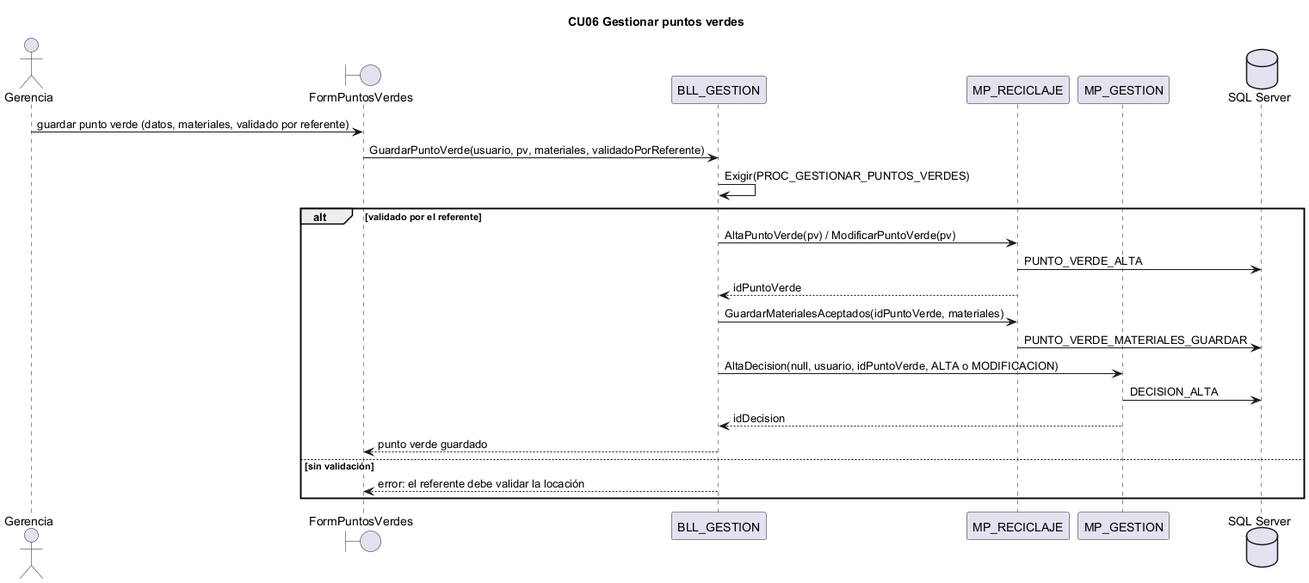
The PlantUML diagram docs/diagramas/secuencias_png/CU06.png in L-Muniz/uai-diploma_2026, before a commit.
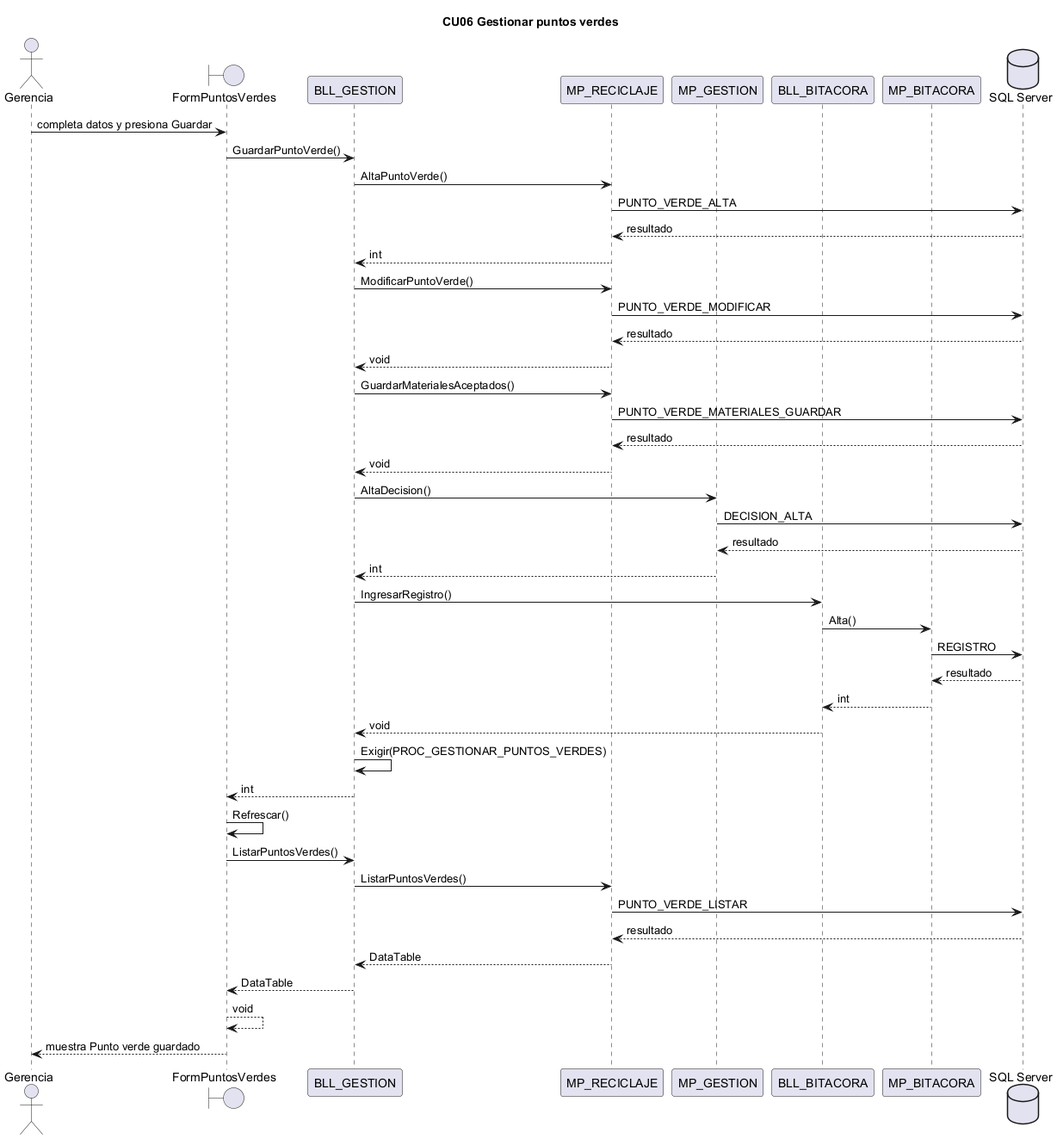
The same file after the commit.

Change to the diagram source:
```diff
@@ -1,25 +1,46 @@
 @startuml CU06
 title CU06 Gestionar puntos verdes
-actor Gerencia
-boundary "FormPuntosVerdes" as IU
-participant "BLL_GESTION" as BLL
-participant "MP_RECICLAJE" as DAR
-participant "MP_GESTION" as DAG
+actor "Gerencia" as ACT
+boundary FormPuntosVerdes
+participant BLL_GESTION
+participant MP_RECICLAJE
+participant MP_GESTION
+participant BLL_BITACORA
+participant MP_BITACORA
 database "SQL Server" as BD
-Gerencia -> IU : guardar punto verde (datos, materiales, validado por referente)
-IU -> BLL : GuardarPuntoVerde(usuario, pv, materiales, validadoPorReferente)
-BLL -> BLL : Exigir(PROC_GESTIONAR_PUNTOS_VERDES)
-alt validado por el referente
-  BLL -> DAR : AltaPuntoVerde(pv) / ModificarPuntoVerde(pv)
-DAR -> BD : PUNTO_VERDE_ALTA
-  DAR --> BLL : idPuntoVerde
-  BLL -> DAR : GuardarMaterialesAceptados(idPuntoVerde, materiales)
-DAR -> BD : PUNTO_VERDE_MATERIALES_GUARDAR
-  BLL -> DAG : AltaDecision(null, usuario, idPuntoVerde, ALTA o MODIFICACION)
-DAG -> BD : DECISION_ALTA
-  DAG --> BLL : idDecision
-  BLL --> IU : punto verde guardado
-else sin validación
-  BLL --> IU : error: el referente debe validar la locación
-end
+ACT -> FormPuntosVerdes : completa datos y presiona Guardar
+FormPuntosVerdes -> BLL_GESTION : GuardarPuntoVerde()
+BLL_GESTION -> MP_RECICLAJE : AltaPuntoVerde()
+MP_RECICLAJE -> BD : PUNTO_VERDE_ALTA
+BD --> MP_RECICLAJE : resultado
+MP_RECICLAJE --> BLL_GESTION : int
+BLL_GESTION -> MP_RECICLAJE : ModificarPuntoVerde()
+MP_RECICLAJE -> BD : PUNTO_VERDE_MODIFICAR
+BD --> MP_RECICLAJE : resultado
+MP_RECICLAJE --> BLL_GESTION : void
+BLL_GESTION -> MP_RECICLAJE : GuardarMaterialesAceptados()
+MP_RECICLAJE -> BD : PUNTO_VERDE_MATERIALES_GUARDAR
+BD --> MP_RECICLAJE : resultado
+MP_RECICLAJE --> BLL_GESTION : void
+BLL_GESTION -> MP_GESTION : AltaDecision()
+MP_GESTION -> BD : DECISION_ALTA
+BD --> MP_GESTION : resultado
+MP_GESTION --> BLL_GESTION : int
+BLL_GESTION -> BLL_BITACORA : IngresarRegistro()
+BLL_BITACORA -> MP_BITACORA : Alta()
+MP_BITACORA -> BD : REGISTRO
+BD --> MP_BITACORA : resultado
+MP_BITACORA --> BLL_BITACORA : int
+BLL_BITACORA --> BLL_GESTION : void
+BLL_GESTION -> BLL_GESTION : Exigir(PROC_GESTIONAR_PUNTOS_VERDES)
+BLL_GESTION --> FormPuntosVerdes : int
+FormPuntosVerdes -> FormPuntosVerdes : Refrescar()
+FormPuntosVerdes -> BLL_GESTION : ListarPuntosVerdes()
+BLL_GESTION -> MP_RECICLAJE : ListarPuntosVerdes()
+MP_RECICLAJE -> BD : PUNTO_VERDE_LISTAR
+BD --> MP_RECICLAJE : resultado
+MP_RECICLAJE --> BLL_GESTION : DataTable
+BLL_GESTION --> FormPuntosVerdes : DataTable
+FormPuntosVerdes --> FormPuntosVerdes : void
+FormPuntosVerdes --> ACT : muestra Punto verde guardado
 @enduml
```
